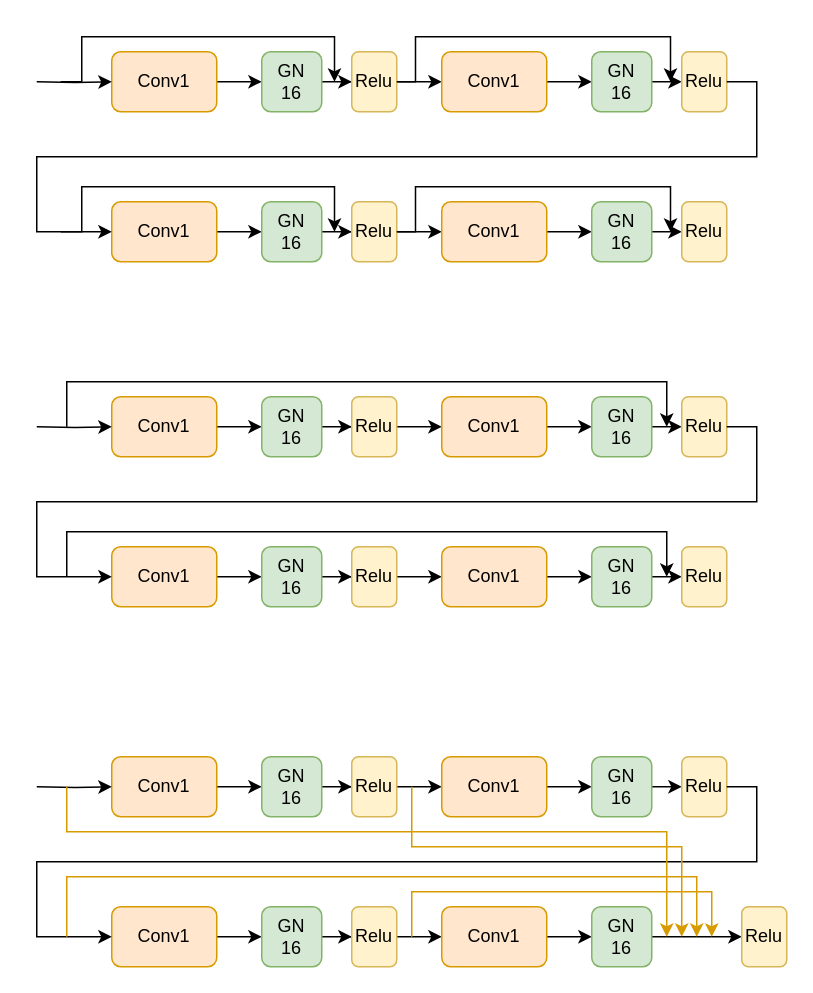
The draw.io diagram Untitled Diagram.drawio in Yvonne0413/HRNet-Fcos-disentangle, before the edit. Source tidied: cells renumbered, new cells numbered last; positions are measured from the earlier drawing's top-left corner, leaving out a move shared by most shapes. Both pictures are drawn from the tidied source at 150%, with x=0, y=0 at pixel (36, 36).
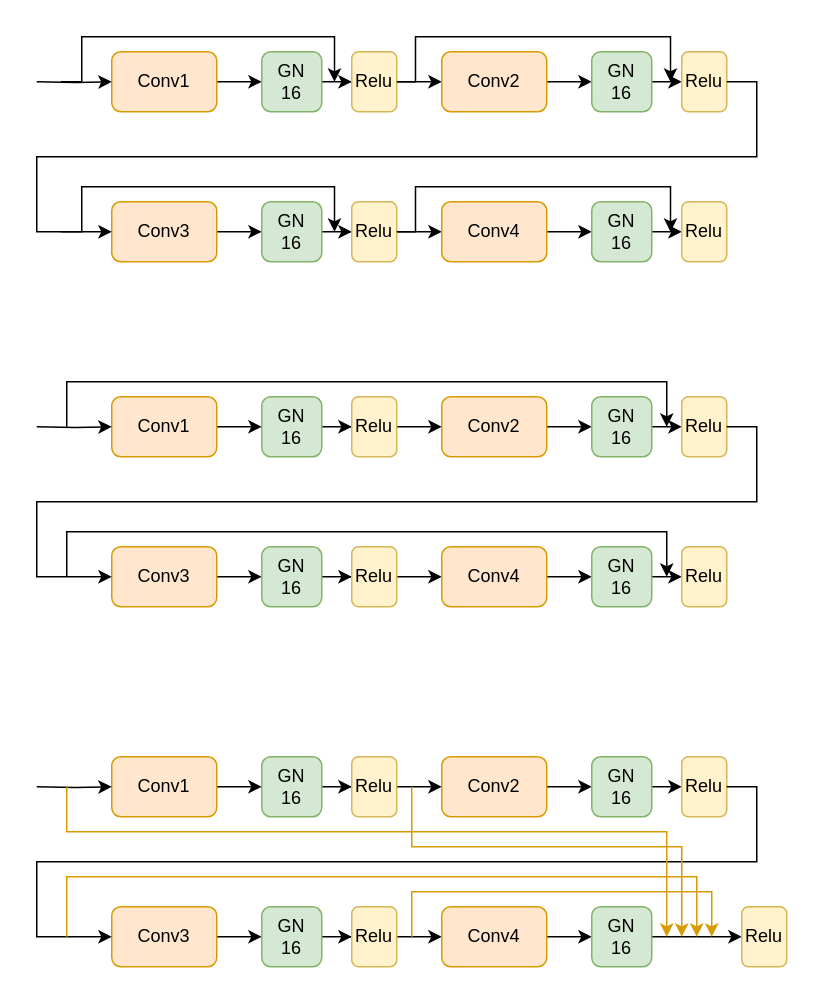
Above is the later version.

The edit, as a diff of the source:
```diff
@@
-    <mxCell id="10" value="Conv1" style="rounded=1;whiteSpace=wrap;html=1;fontSize=12;glass=0;strokeWidth=1;shadow=0;fillColor=#ffe6cc;strokeColor=#d79b00;" parent="1" vertex="1">
+    <mxCell id="10" value="Conv2" style="rounded=1;whiteSpace=wrap;html=1;fontSize=12;glass=0;strokeWidth=1;shadow=0;fillColor=#ffe6cc;strokeColor=#d79b00;" parent="1" vertex="1">
       <mxGeometry x="270" y="10" width="70" height="40" as="geometry" />
     </mxCell>
@@
-    <mxCell id="18" value="Conv1" style="rounded=1;whiteSpace=wrap;html=1;fontSize=12;glass=0;strokeWidth=1;shadow=0;fillColor=#ffe6cc;strokeColor=#d79b00;" parent="1" vertex="1">
+    <mxCell id="18" value="Conv3" style="rounded=1;whiteSpace=wrap;html=1;fontSize=12;glass=0;strokeWidth=1;shadow=0;fillColor=#ffe6cc;strokeColor=#d79b00;" parent="1" vertex="1">
       <mxGeometry x="50" y="110" width="70" height="40" as="geometry" />
     </mxCell>
@@
-    <mxCell id="24" value="Conv1" style="rounded=1;whiteSpace=wrap;html=1;fontSize=12;glass=0;strokeWidth=1;shadow=0;fillColor=#ffe6cc;strokeColor=#d79b00;" parent="1" vertex="1">
+    <mxCell id="24" value="Conv4" style="rounded=1;whiteSpace=wrap;html=1;fontSize=12;glass=0;strokeWidth=1;shadow=0;fillColor=#ffe6cc;strokeColor=#d79b00;" parent="1" vertex="1">
       <mxGeometry x="270" y="110" width="70" height="40" as="geometry" />
     </mxCell>
@@
-    <mxCell id="37" value="Conv1" style="rounded=1;whiteSpace=wrap;html=1;fontSize=12;glass=0;strokeWidth=1;shadow=0;fillColor=#ffe6cc;strokeColor=#d79b00;" parent="1" vertex="1">
+    <mxCell id="37" value="Conv2" style="rounded=1;whiteSpace=wrap;html=1;fontSize=12;glass=0;strokeWidth=1;shadow=0;fillColor=#ffe6cc;strokeColor=#d79b00;" parent="1" vertex="1">
       <mxGeometry x="270" y="240" width="70" height="40" as="geometry" />
     </mxCell>
@@
-    <mxCell id="43" value="Conv1" style="rounded=1;whiteSpace=wrap;html=1;fontSize=12;glass=0;strokeWidth=1;shadow=0;fillColor=#ffe6cc;strokeColor=#d79b00;" parent="1" vertex="1">
+    <mxCell id="43" value="Conv3" style="rounded=1;whiteSpace=wrap;html=1;fontSize=12;glass=0;strokeWidth=1;shadow=0;fillColor=#ffe6cc;strokeColor=#d79b00;" parent="1" vertex="1">
       <mxGeometry x="50" y="340" width="70" height="40" as="geometry" />
     </mxCell>
@@
-    <mxCell id="49" value="Conv1" style="rounded=1;whiteSpace=wrap;html=1;fontSize=12;glass=0;strokeWidth=1;shadow=0;fillColor=#ffe6cc;strokeColor=#d79b00;" parent="1" vertex="1">
+    <mxCell id="49" value="Conv4" style="rounded=1;whiteSpace=wrap;html=1;fontSize=12;glass=0;strokeWidth=1;shadow=0;fillColor=#ffe6cc;strokeColor=#d79b00;" parent="1" vertex="1">
       <mxGeometry x="270" y="340" width="70" height="40" as="geometry" />
     </mxCell>
@@
-    <mxCell id="63" value="Conv1" style="rounded=1;whiteSpace=wrap;html=1;fontSize=12;glass=0;strokeWidth=1;shadow=0;fillColor=#ffe6cc;strokeColor=#d79b00;" parent="1" vertex="1">
+    <mxCell id="63" value="Conv2" style="rounded=1;whiteSpace=wrap;html=1;fontSize=12;glass=0;strokeWidth=1;shadow=0;fillColor=#ffe6cc;strokeColor=#d79b00;" parent="1" vertex="1">
       <mxGeometry x="270" y="480" width="70" height="40" as="geometry" />
     </mxCell>
@@
-    <mxCell id="69" value="Conv1" style="rounded=1;whiteSpace=wrap;html=1;fontSize=12;glass=0;strokeWidth=1;shadow=0;fillColor=#ffe6cc;strokeColor=#d79b00;" parent="1" vertex="1">
+    <mxCell id="69" value="Conv3" style="rounded=1;whiteSpace=wrap;html=1;fontSize=12;glass=0;strokeWidth=1;shadow=0;fillColor=#ffe6cc;strokeColor=#d79b00;" parent="1" vertex="1">
       <mxGeometry x="50" y="580" width="70" height="40" as="geometry" />
     </mxCell>
@@
-    <mxCell id="75" value="Conv1" style="rounded=1;whiteSpace=wrap;html=1;fontSize=12;glass=0;strokeWidth=1;shadow=0;fillColor=#ffe6cc;strokeColor=#d79b00;" parent="1" vertex="1">
+    <mxCell id="75" value="Conv4" style="rounded=1;whiteSpace=wrap;html=1;fontSize=12;glass=0;strokeWidth=1;shadow=0;fillColor=#ffe6cc;strokeColor=#d79b00;" parent="1" vertex="1">
       <mxGeometry x="270" y="580" width="70" height="40" as="geometry" />
     </mxCell>
```
